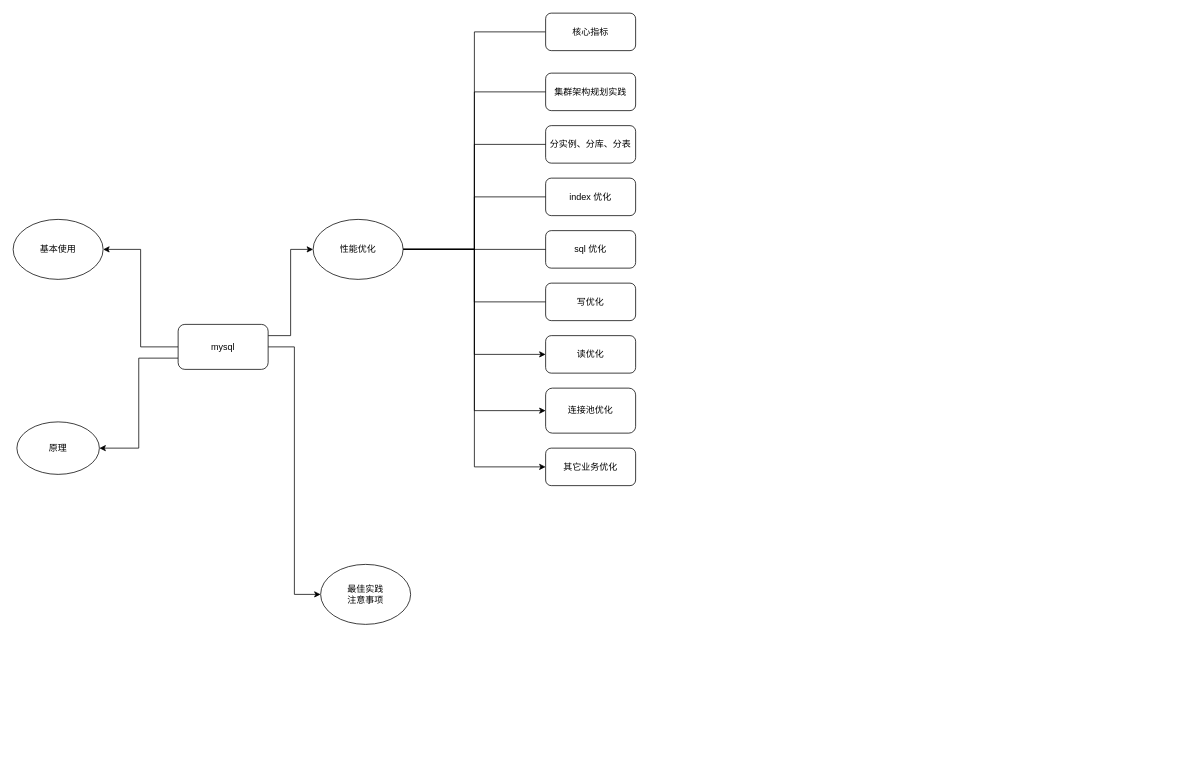
This is page "mysql" (2 of 7) of source/diagrams/tech.drawio from wxquare/wxquare.github.io, a draw.io file, before an edit. Source tidied: cells renumbered, new cells numbered last; positions are measured from the earlier drawing's top-left corner, leaving out a move shared by most shapes. Both pictures are drawn from the tidied source at 75%, with x=0, y=0 at pixel (13, 13).
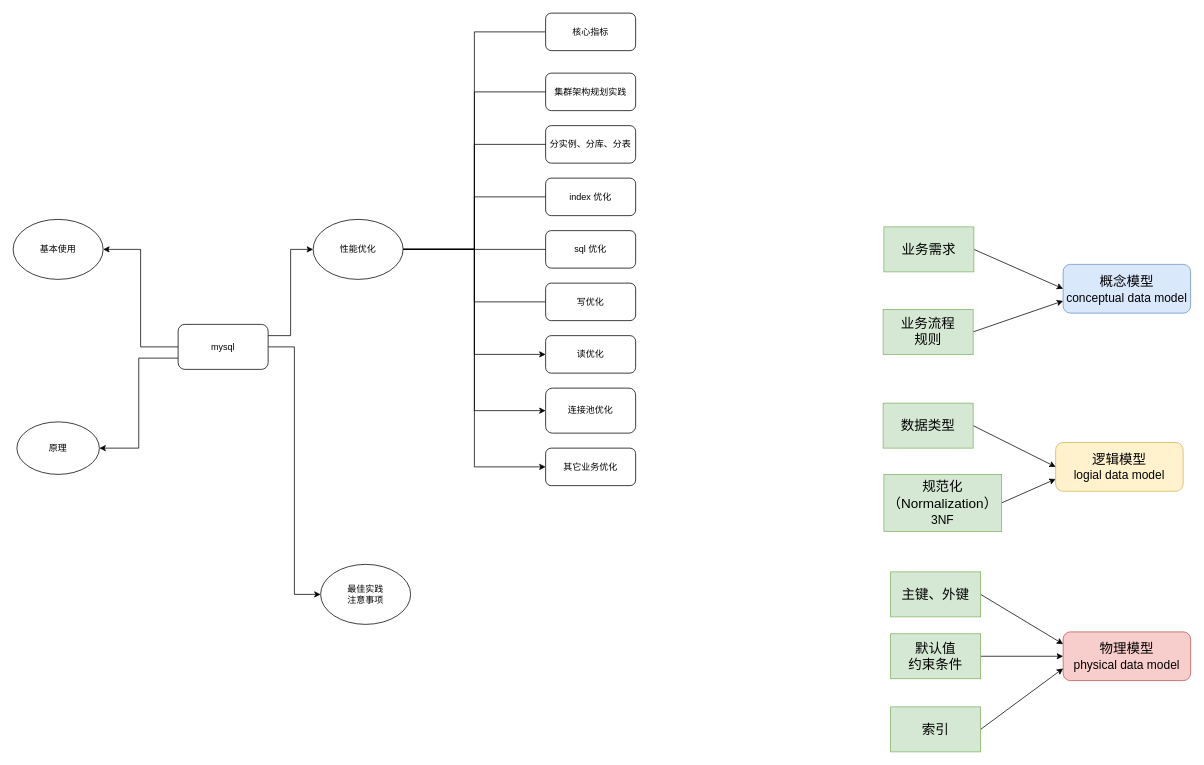
The same page after the edit.

Diff of the diagram source:
```diff
@@
+    <mxCell id="29" value="&lt;font style=&quot;font-size: 18px;&quot;&gt;概念模型&lt;/font&gt;&lt;div&gt;&lt;font size=&quot;3&quot;&gt;conceptual data model&lt;/font&gt;&lt;/div&gt;" style="rounded=1;whiteSpace=wrap;html=1;fillColor=#dae8fc;strokeColor=#6c8ebf;" parent="1" vertex="1">
+      <mxGeometry x="1400" y="335" width="170" height="65" as="geometry" />
+    </mxCell>
+    <mxCell id="30" value="&lt;span style=&quot;font-size: 18px;&quot;&gt;逻辑模型&lt;/span&gt;&lt;br&gt;&lt;div&gt;&lt;font size=&quot;3&quot;&gt;logial data model&lt;/font&gt;&lt;/div&gt;" style="rounded=1;whiteSpace=wrap;html=1;fillColor=#fff2cc;strokeColor=#d6b656;" parent="1" vertex="1">
+      <mxGeometry x="1390" y="572.5" width="170" height="65" as="geometry" />
+    </mxCell>
+    <mxCell id="31" value="&lt;span style=&quot;font-size: 18px;&quot;&gt;物理模型&lt;/span&gt;&lt;br&gt;&lt;div&gt;&lt;font size=&quot;3&quot;&gt;physical data model&lt;/font&gt;&lt;/div&gt;" style="rounded=1;whiteSpace=wrap;html=1;fillColor=#f8cecc;strokeColor=#b85450;" parent="1" vertex="1">
+      <mxGeometry x="1400" y="825" width="170" height="65" as="geometry" />
+    </mxCell>
+    <mxCell id="32" style="rounded=0;jettySize=auto;html=1;exitX=1;exitY=0.5;exitDx=0;exitDy=0;entryX=0;entryY=0.5;entryDx=0;entryDy=0;" parent="1" edge="1" source="33" target="29">
+      <mxGeometry relative="1" as="geometry" />
+    </mxCell>
+    <mxCell id="33" value="&lt;font style=&quot;font-size: 18px;&quot;&gt;业务需求&lt;/font&gt;" style="rounded=0;whiteSpace=wrap;html=1;fillColor=#d5e8d4;strokeColor=#82b366;" parent="1" vertex="1">
+      <mxGeometry x="1161" y="285" width="120" height="60" as="geometry" />
+    </mxCell>
+    <mxCell id="34" style="rounded=0;jettySize=auto;html=1;exitX=1;exitY=0.5;exitDx=0;exitDy=0;entryX=0;entryY=0.75;entryDx=0;entryDy=0;" parent="1" edge="1" source="35" target="29">
+      <mxGeometry relative="1" as="geometry" />
+    </mxCell>
+    <mxCell id="35" value="&lt;font style=&quot;font-size: 18px;&quot;&gt;业务流程&lt;/font&gt;&lt;div&gt;&lt;font style=&quot;font-size: 18px;&quot;&gt;规则&lt;/font&gt;&lt;/div&gt;" style="rounded=0;whiteSpace=wrap;html=1;fillColor=#d5e8d4;strokeColor=#82b366;" parent="1" vertex="1">
+      <mxGeometry x="1160" y="395" width="120" height="60" as="geometry" />
+    </mxCell>
+    <mxCell id="36" style="rounded=0;jettySize=auto;html=1;exitX=1;exitY=0.5;exitDx=0;exitDy=0;entryX=0;entryY=0.5;entryDx=0;entryDy=0;" parent="1" edge="1" source="37" target="30">
+      <mxGeometry relative="1" as="geometry" />
+    </mxCell>
+    <mxCell id="37" value="&lt;font style=&quot;font-size: 18px;&quot;&gt;数据类型&lt;/font&gt;" style="rounded=0;whiteSpace=wrap;html=1;fillColor=#d5e8d4;strokeColor=#82b366;" parent="1" vertex="1">
+      <mxGeometry x="1160" y="520" width="120" height="60" as="geometry" />
+    </mxCell>
+    <mxCell id="38" style="rounded=0;jettySize=auto;html=1;exitX=1;exitY=0.5;exitDx=0;exitDy=0;entryX=0;entryY=0.75;entryDx=0;entryDy=0;" parent="1" edge="1" source="39" target="30">
+      <mxGeometry relative="1" as="geometry" />
+    </mxCell>
+    <mxCell id="39" value="&lt;font style=&quot;font-size: 18px;&quot;&gt;规范化（Normalization）&lt;/font&gt;&lt;div&gt;&lt;font size=&quot;3&quot;&gt;3NF&lt;/font&gt;&lt;/div&gt;" style="rounded=0;whiteSpace=wrap;html=1;fillColor=#d5e8d4;strokeColor=#82b366;" parent="1" vertex="1">
+      <mxGeometry x="1161" y="615" width="157" height="76" as="geometry" />
+    </mxCell>
+    <mxCell id="40" style="rounded=0;jettySize=auto;html=1;exitX=1;exitY=0.5;exitDx=0;exitDy=0;entryX=0;entryY=0.25;entryDx=0;entryDy=0;" parent="1" edge="1" source="41" target="31">
+      <mxGeometry relative="1" as="geometry" />
+    </mxCell>
+    <mxCell id="41" value="&lt;font style=&quot;font-size: 18px;&quot;&gt;主键、外键&lt;/font&gt;" style="rounded=0;whiteSpace=wrap;html=1;fillColor=#d5e8d4;strokeColor=#82b366;" parent="1" vertex="1">
+      <mxGeometry x="1170" y="745" width="120" height="60" as="geometry" />
+    </mxCell>
+    <mxCell id="42" style="edgeStyle=orthogonalEdgeStyle;rounded=0;jettySize=auto;html=1;exitX=1;exitY=0.5;exitDx=0;exitDy=0;entryX=0;entryY=0.5;entryDx=0;entryDy=0;" parent="1" edge="1" source="43" target="31">
+      <mxGeometry relative="1" as="geometry" />
+    </mxCell>
+    <mxCell id="43" value="&lt;font style=&quot;font-size: 18px;&quot;&gt;默认值&lt;/font&gt;&lt;div&gt;&lt;font style=&quot;font-size: 18px;&quot;&gt;约束条件&lt;/font&gt;&lt;/div&gt;" style="rounded=0;whiteSpace=wrap;html=1;fillColor=#d5e8d4;strokeColor=#82b366;" parent="1" vertex="1">
+      <mxGeometry x="1170" y="827.5" width="120" height="60" as="geometry" />
+    </mxCell>
+    <mxCell id="44" style="rounded=0;jettySize=auto;html=1;exitX=1;exitY=0.5;exitDx=0;exitDy=0;entryX=0;entryY=0.75;entryDx=0;entryDy=0;" parent="1" edge="1" source="45" target="31">
+      <mxGeometry relative="1" as="geometry" />
+    </mxCell>
+    <mxCell id="45" value="&lt;font style=&quot;font-size: 18px;&quot;&gt;索引&lt;/font&gt;" style="rounded=0;whiteSpace=wrap;html=1;fillColor=#d5e8d4;strokeColor=#82b366;" parent="1" vertex="1">
+      <mxGeometry x="1170" y="925" width="120" height="60" as="geometry" />
+    </mxCell>
```
